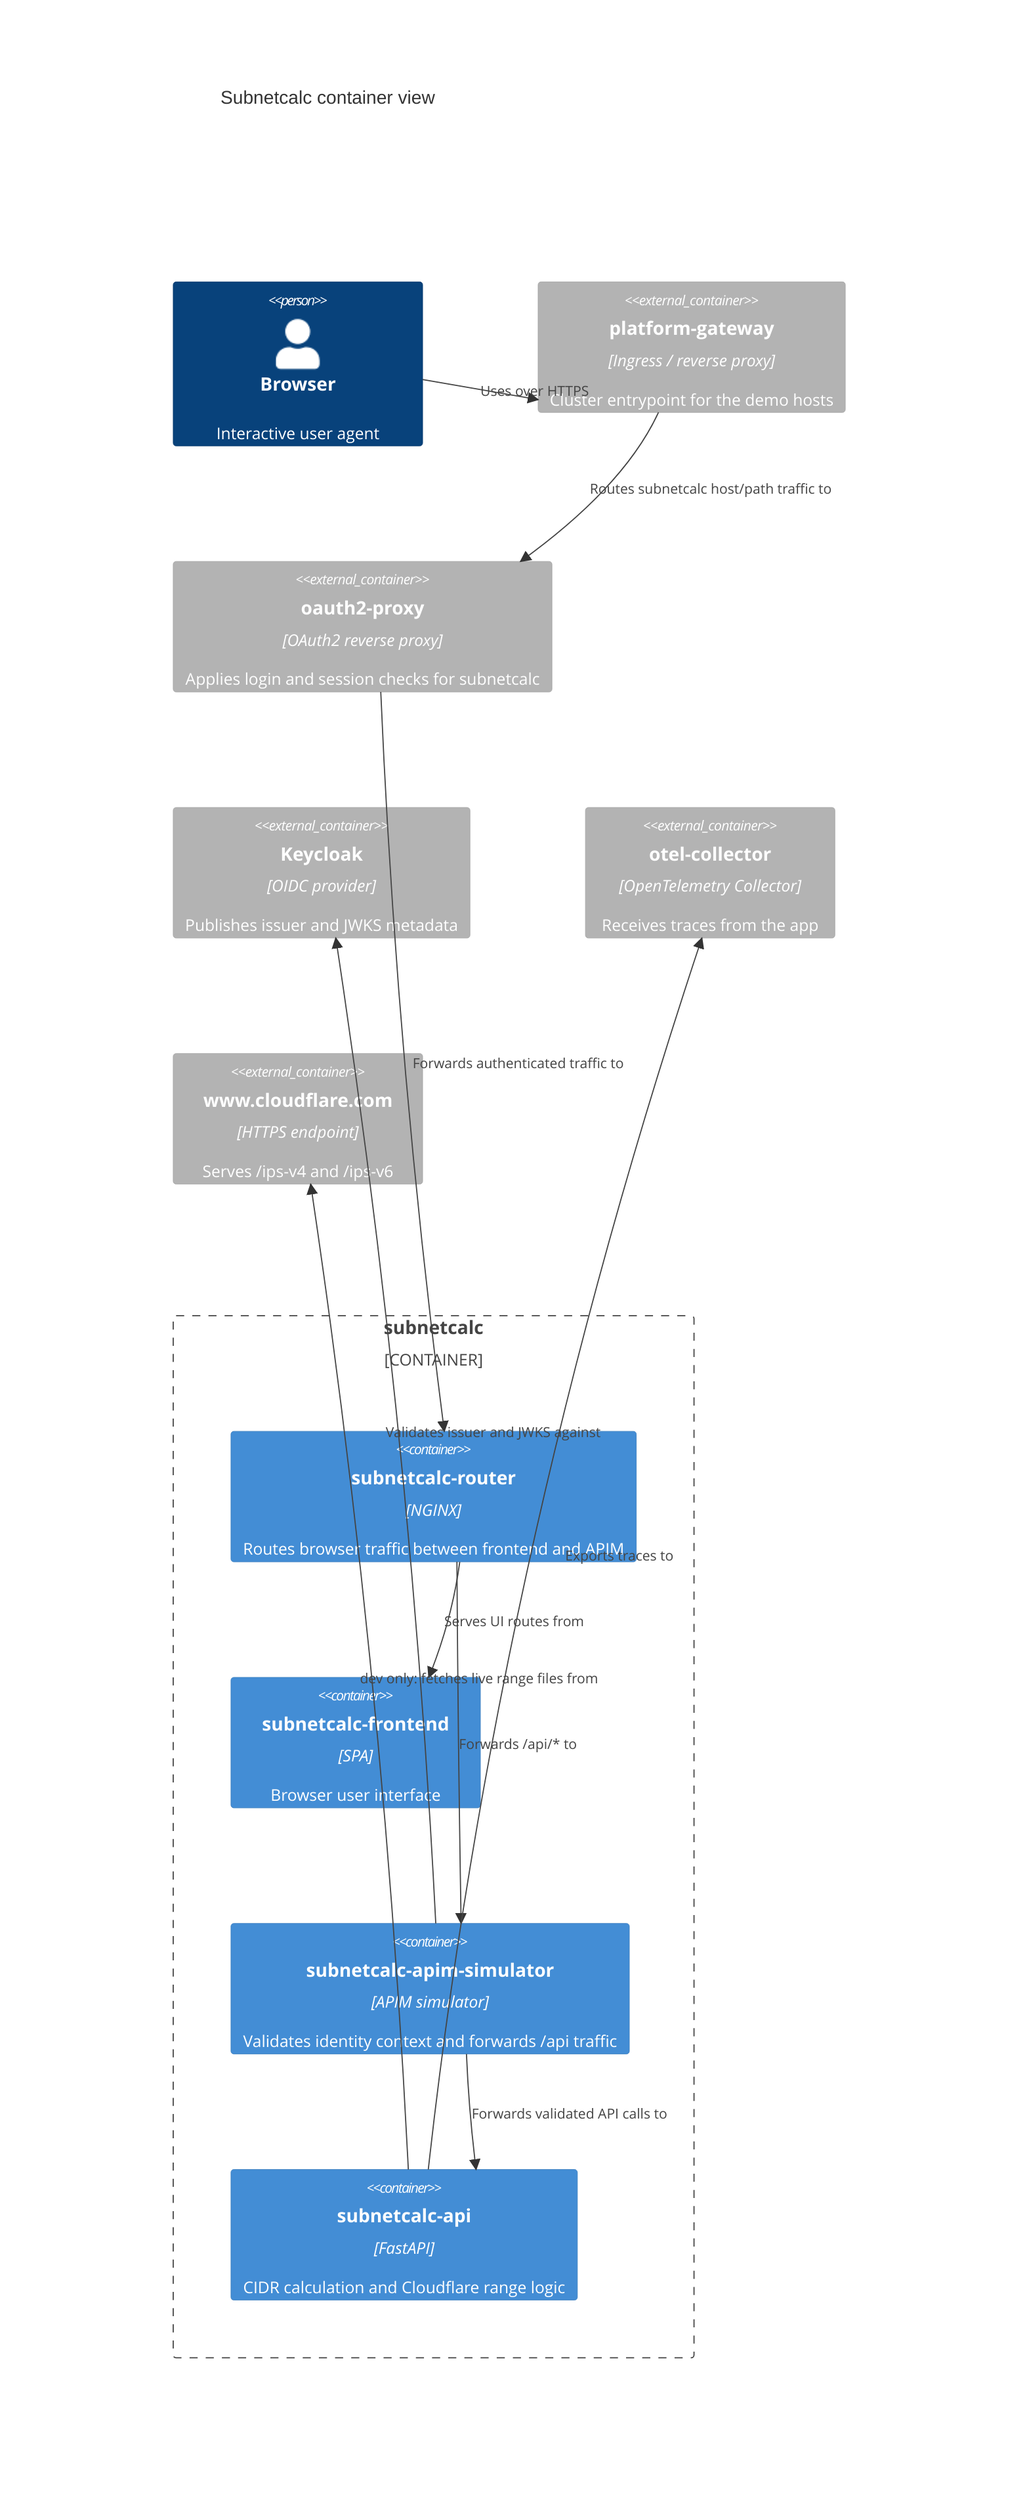
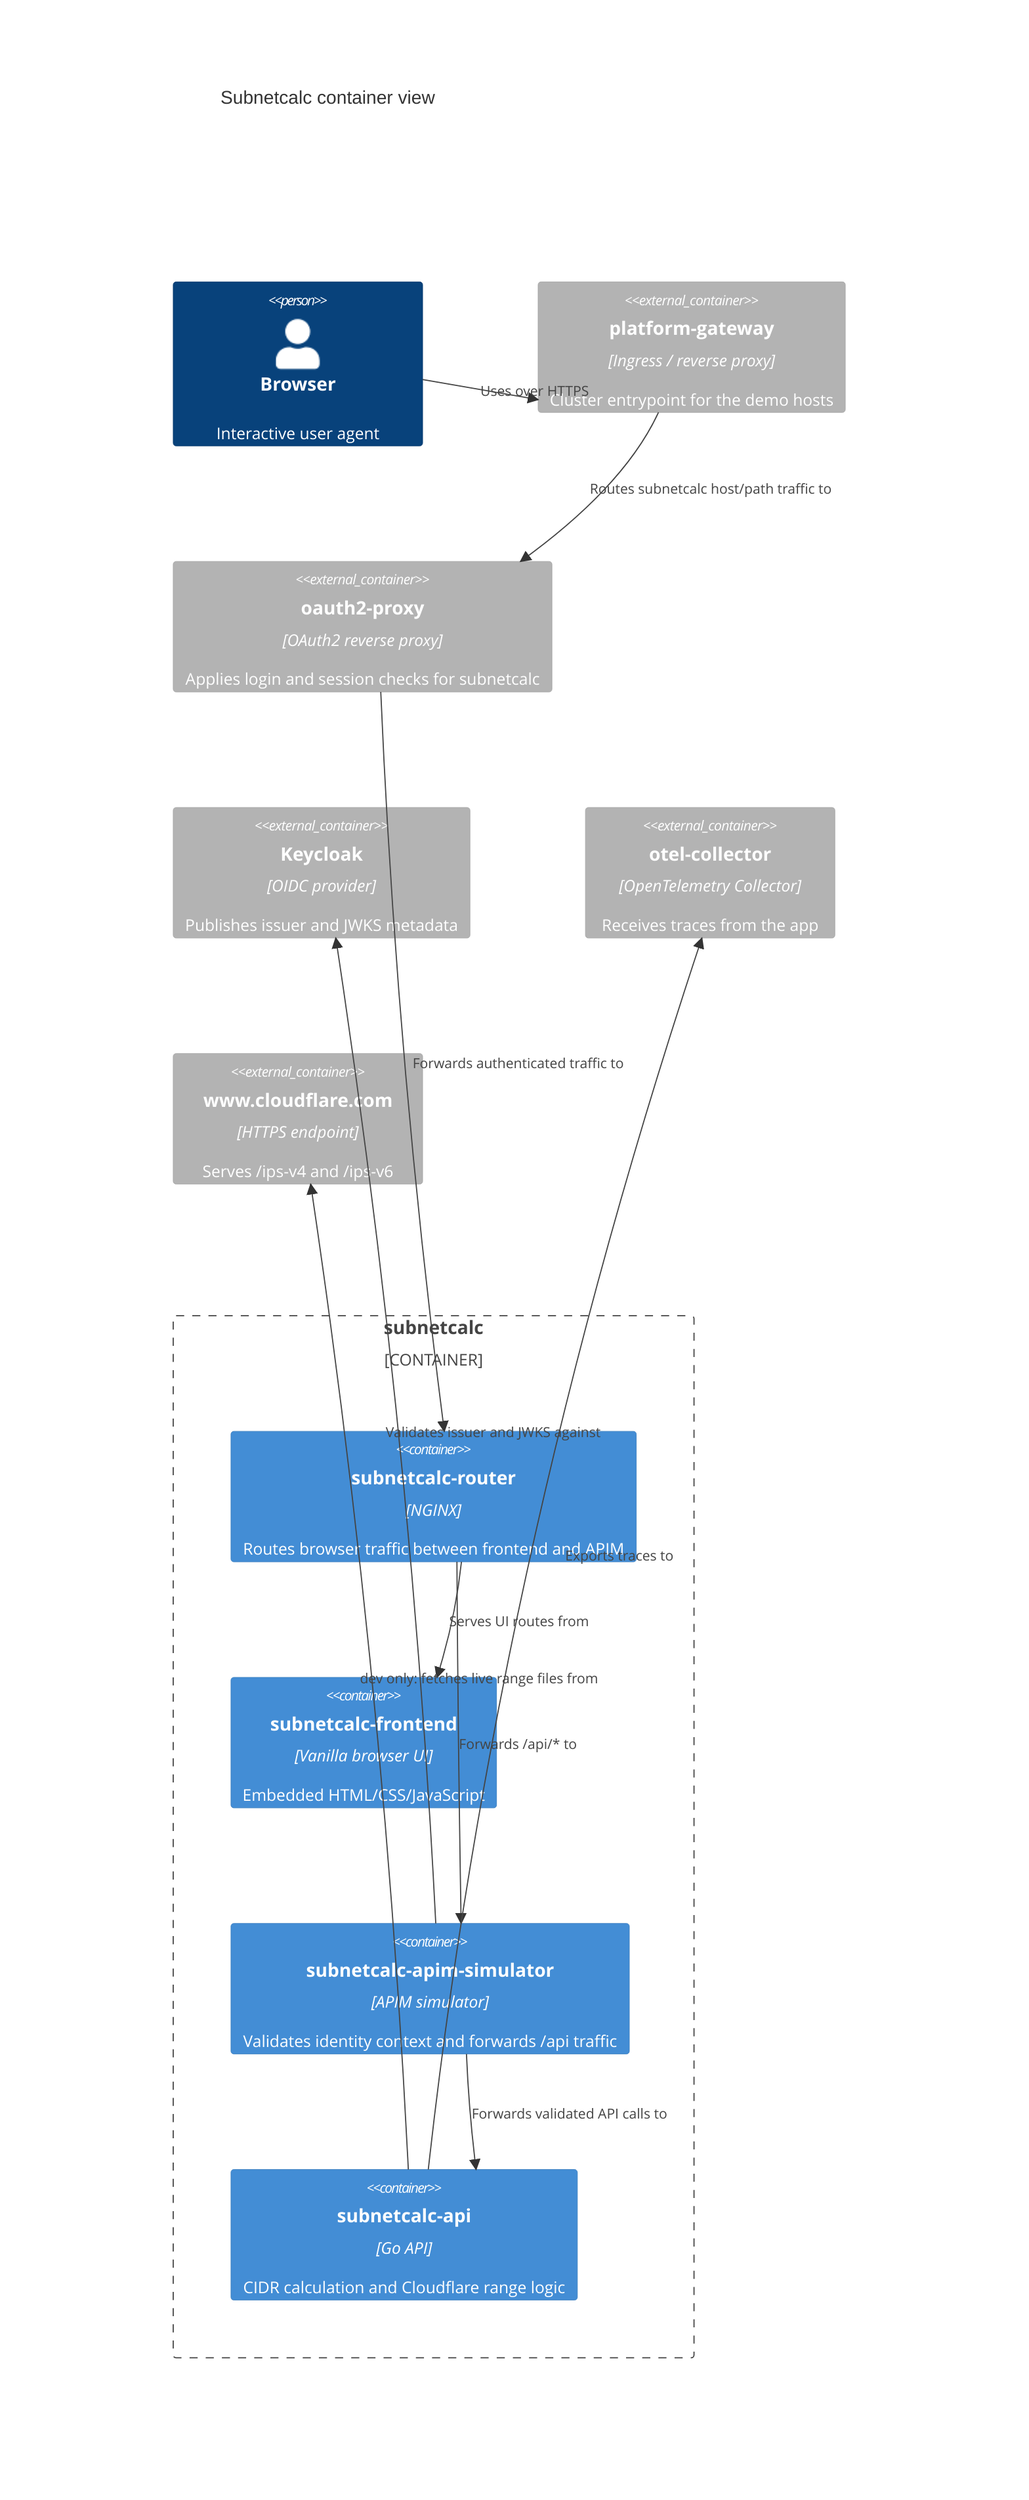
%%{init: {"theme": "base", "themeVariables": {"background": "#ffffff"}}}%%
C4Container
    title Subnetcalc container view

    Person(browser, "Browser", "Interactive user agent")
    Container_Ext(gateway, "platform-gateway", "Ingress / reverse proxy", "Cluster entrypoint for the demo hosts")
    Container_Ext(oauth, "oauth2-proxy", "OAuth2 reverse proxy", "Applies login and session checks for subnetcalc")
    Container_Ext(keycloak, "Keycloak", "OIDC provider", "Publishes issuer and JWKS metadata")
    Container_Ext(otel, "otel-collector", "OpenTelemetry Collector", "Receives traces from the app")
    Container_Ext(cloudflare, "www.cloudflare.com", "HTTPS endpoint", "Serves /ips-v4 and /ips-v6")

    Container_Boundary(subnetcalc, "subnetcalc") {
        Container(router, "subnetcalc-router", "NGINX", "Routes browser traffic between frontend and APIM")
-         Container(frontend, "subnetcalc-frontend", "SPA", "Browser user interface")
+         Container(frontend, "subnetcalc-frontend", "Vanilla browser UI", "Embedded HTML/CSS/JavaScript")
        Container(apim, "subnetcalc-apim-simulator", "APIM simulator", "Validates identity context and forwards /api traffic")
-         Container(api, "subnetcalc-api", "FastAPI", "CIDR calculation and Cloudflare range logic")
+         Container(api, "subnetcalc-api", "Go API", "CIDR calculation and Cloudflare range logic")
    }

    Rel(browser, gateway, "Uses over HTTPS")
    Rel(gateway, oauth, "Routes subnetcalc host/path traffic to")
    Rel(oauth, router, "Forwards authenticated traffic to")
    Rel(router, frontend, "Serves UI routes from")
    Rel(router, apim, "Forwards /api/* to")
    Rel(apim, keycloak, "Validates issuer and JWKS against")
    Rel(apim, api, "Forwards validated API calls to")
    Rel(api, otel, "Exports traces to")
    Rel(api, cloudflare, "dev only: fetches live range files from")
    UpdateLayoutConfig($c4ShapeInRow="3", $c4BoundaryInRow="1")
